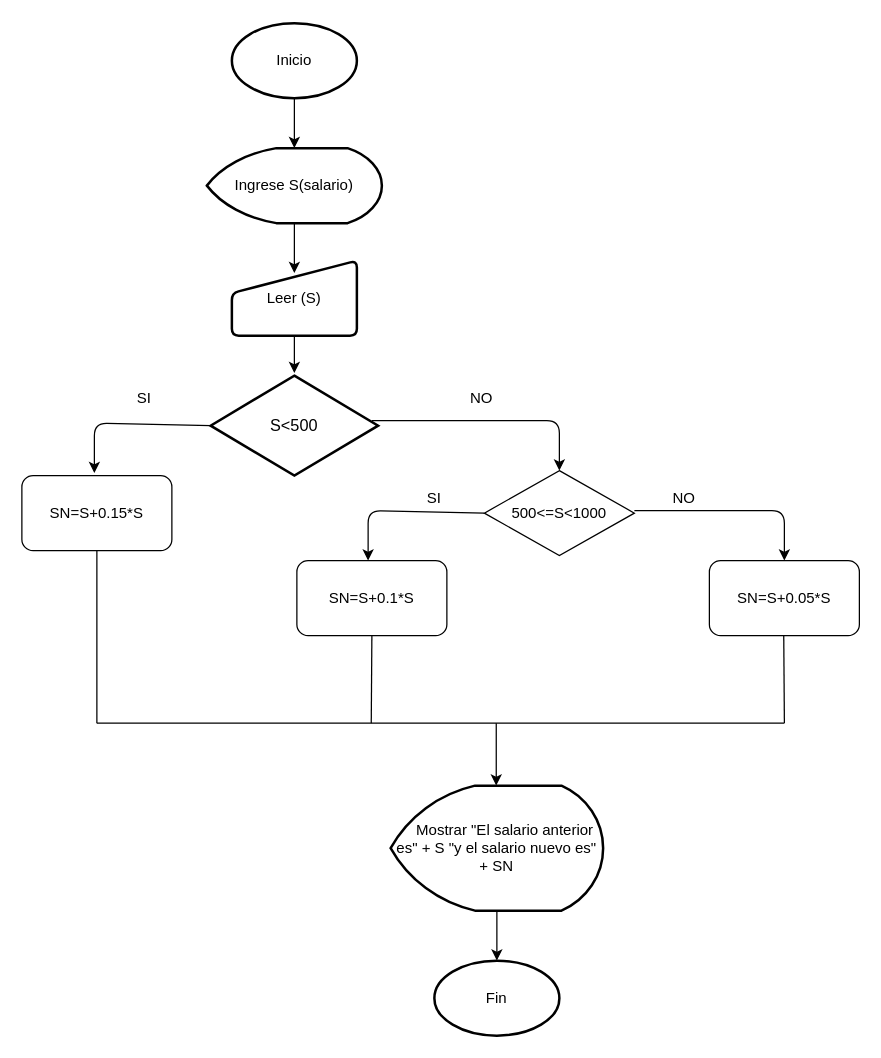
Earlier version of the draw.io diagram Diagramas de flujo 2.drawio (Jhaz602/diagramas). Source tidied: cells renumbered, new cells numbered last; positions are measured from the earlier drawing's top-left corner, leaving out a move shared by most shapes. Both pictures are drawn from the tidied source at 125%, with x=0, y=0 at pixel (21, 22).
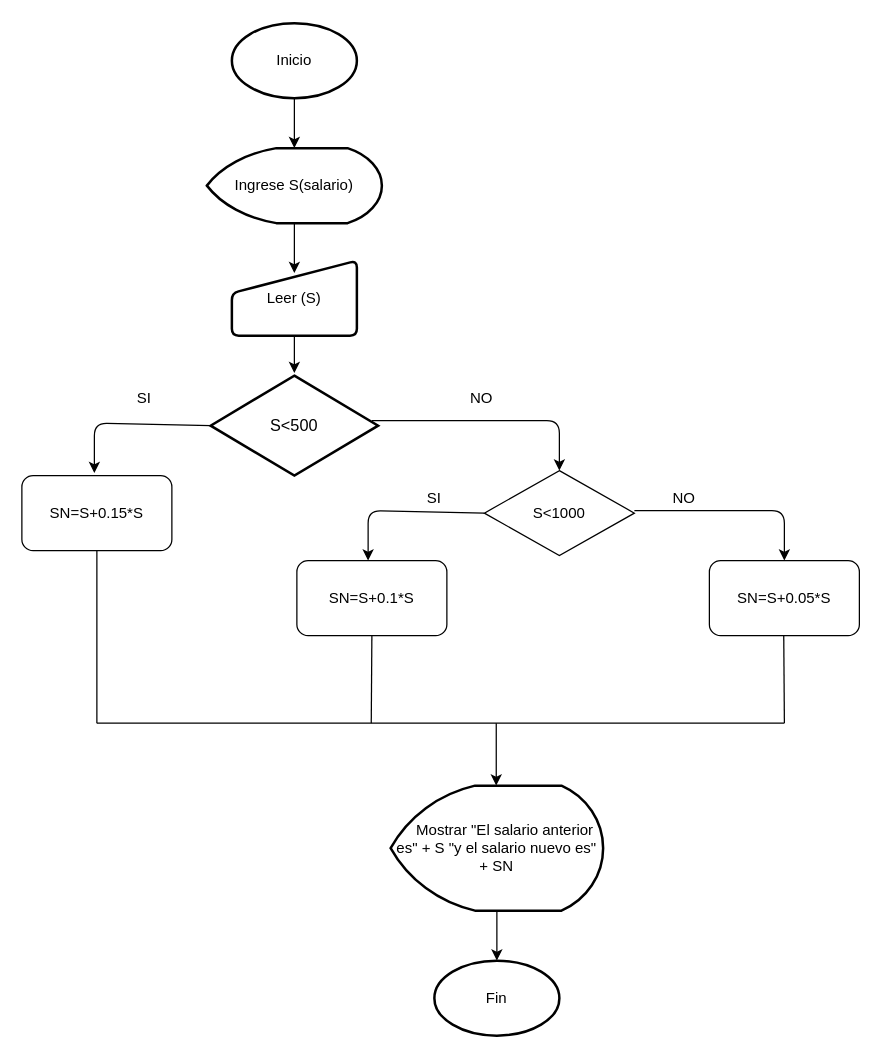
After the change.

Diff of the diagram source:
```diff
@@
-    <mxCell id="14" value="500&amp;lt;=S&amp;lt;1000" style="rhombus;whiteSpace=wrap;html=1;" parent="1" vertex="1">
+    <mxCell id="14" value="S&amp;lt;1000" style="rhombus;whiteSpace=wrap;html=1;" parent="1" vertex="1">
       <mxGeometry x="370" y="358" width="120" height="68" as="geometry" />
     </mxCell>
```
